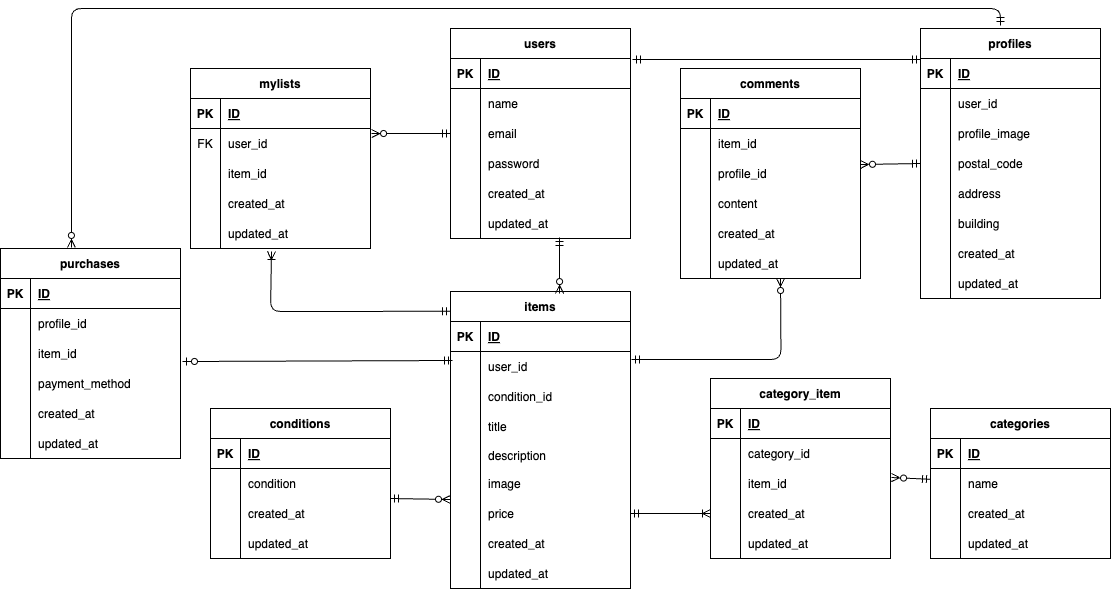
The draw.io diagram marketplace-app.drawio.png in saaya0401/marketplace-app, before a commit. Source tidied: cells renumbered, new cells last; positions are measured from the earlier drawing's top-left corner, leaving out a move shared by most shapes.
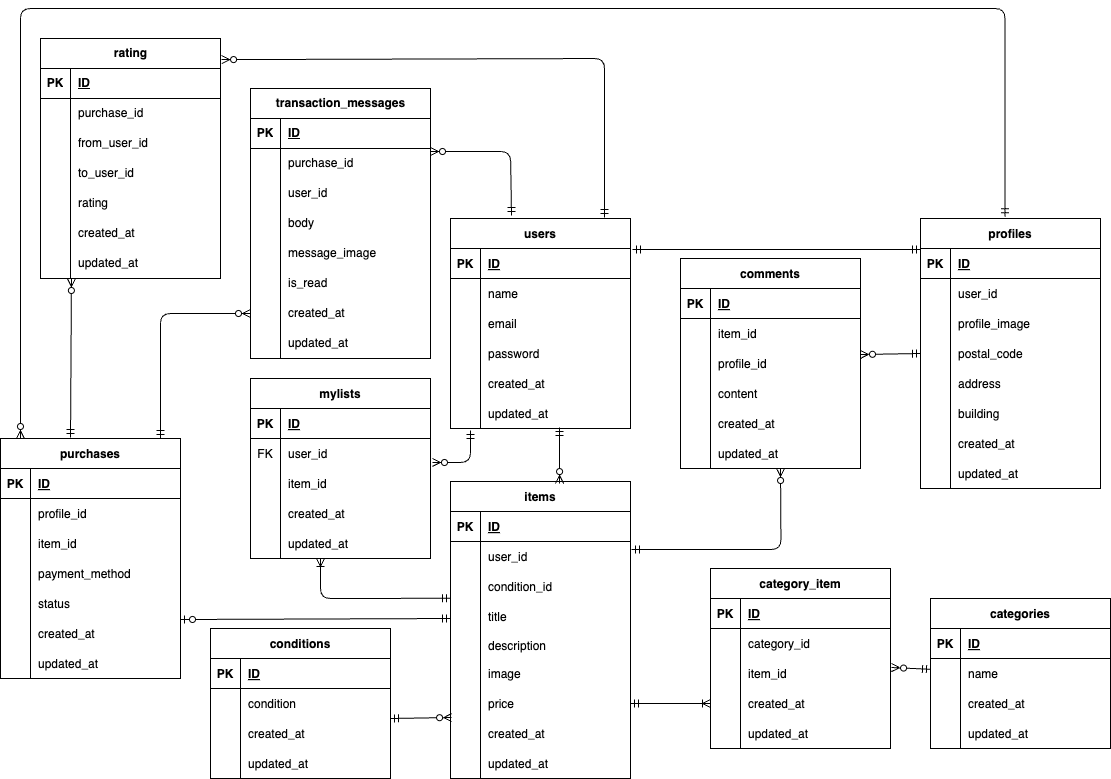
Later version of the same file.

Diff of the diagram source:
```diff
@@ -62,3 +62,3 @@
     <mxCell id="21" value="mylists" style="shape=table;startSize=30;rowLines=0;fontStyle=1;align=center;" parent="1" vertex="1">
-      <mxGeometry x="190" y="60" width="180" height="180" as="geometry" />
+      <mxGeometry x="250" y="180" width="180" height="180" as="geometry" />
     </mxCell>
@@ -413,3 +413,3 @@
     <mxCell id="138" value="purchases" style="shape=table;startSize=30;rowLines=0;fontStyle=1;align=center;" parent="1" vertex="1">
-      <mxGeometry y="240" width="180" height="210" as="geometry" />
+      <mxGeometry y="240" width="180" height="240" as="geometry" />
     </mxCell>
@@ -457,3 +457,3 @@
     </mxCell>
-    <mxCell id="153" value="created_at" style="shape=partialRectangle;fillColor=none;top=0;left=0;bottom=0;right=0;align=left;spacingLeft=6;overflow=hidden;" parent="151" vertex="1">
+    <mxCell id="153" value="status" style="shape=partialRectangle;fillColor=none;top=0;left=0;bottom=0;right=0;align=left;spacingLeft=6;overflow=hidden;" parent="151" vertex="1">
       <mxGeometry x="30" width="150" height="30" as="geometry" />
@@ -466,5 +466,14 @@
     </mxCell>
-    <mxCell id="156" value="updated_at" style="shape=partialRectangle;fillColor=none;top=0;left=0;bottom=0;right=0;align=left;spacingLeft=6;overflow=hidden;" parent="154" vertex="1">
+    <mxCell id="156" value="created_at" style="shape=partialRectangle;fillColor=none;top=0;left=0;bottom=0;right=0;align=left;spacingLeft=6;overflow=hidden;" parent="154" vertex="1">
       <mxGeometry x="30" width="150" height="30" as="geometry" />
     </mxCell>
+    <mxCell id="182" style="shape=tableRow;horizontal=0;startSize=0;swimlaneHead=0;swimlaneBody=0;fillColor=none;top=0;left=0;right=0;bottom=0;" parent="138" vertex="1">
+      <mxGeometry y="210" width="180" height="30" as="geometry" />
+    </mxCell>
+    <mxCell id="183" style="shape=partialRectangle;fillColor=none;top=0;left=0;bottom=0;right=0;overflow=hidden;" parent="182" vertex="1">
+      <mxGeometry width="30" height="30" as="geometry" />
+    </mxCell>
+    <mxCell id="184" value="updated_at" style="shape=partialRectangle;fillColor=none;top=0;left=0;bottom=0;right=0;align=left;spacingLeft=6;overflow=hidden;" parent="182" vertex="1">
+      <mxGeometry x="30" width="150" height="30" as="geometry" />
+    </mxCell>
     <mxCell id="157" style="fontSize=12;html=1;endArrow=ERoneToMany;startArrow=ERmandOne;entryX=0;entryY=0.5;entryDx=0;entryDy=0;exitX=1;exitY=0.5;exitDx=0;exitDy=0;" parent="1" edge="1" source="81" target="132">
@@ -479,10 +488,14 @@
     </mxCell>
-    <mxCell id="159" style="fontSize=12;html=1;endArrow=ERzeroToOne;startArrow=ERmandOne;entryX=1.011;entryY=0.767;entryDx=0;entryDy=0;entryPerimeter=0;exitX=0.011;exitY=0.3;exitDx=0;exitDy=0;exitPerimeter=0;" parent="1" edge="1" source="66" target="145">
-      <mxGeometry relative="1" as="geometry" />
+    <mxCell id="159" style="fontSize=12;html=1;endArrow=ERzeroToOne;startArrow=ERmandOne;entryX=1.011;entryY=0.767;entryDx=0;entryDy=0;entryPerimeter=0;exitX=0.011;exitY=0.3;exitDx=0;exitDy=0;exitPerimeter=0;" parent="1" edge="1">
+      <mxGeometry relative="1" as="geometry">
+        <mxPoint x="450" y="420" as="sourcePoint" />
+        <mxPoint x="180" y="421" as="targetPoint" />
+      </mxGeometry>
     </mxCell>
-    <mxCell id="160" style="fontSize=12;html=1;endArrow=ERoneToMany;startArrow=ERmandOne;entryX=0.45;entryY=1.1;entryDx=0;entryDy=0;entryPerimeter=0;" parent="1" edge="1" target="34">
+    <mxCell id="160" style="fontSize=12;html=1;endArrow=ERoneToMany;startArrow=ERmandOne;" parent="1" edge="1">
       <mxGeometry relative="1" as="geometry">
-        <mxPoint x="450" y="302.8" as="sourcePoint" />
+        <mxPoint x="450" y="399.8" as="sourcePoint" />
+        <mxPoint x="320" y="360" as="targetPoint" />
         <Array as="points">
-          <mxPoint x="270" y="303" />
+          <mxPoint x="320" y="400" />
         </Array>
@@ -494,3 +507,3 @@
     <mxCell id="162" value="conditions" style="shape=table;startSize=30;rowLines=0;fontStyle=1;align=center;" parent="1" vertex="1">
-      <mxGeometry x="210" y="400" width="180" height="150" as="geometry" />
+      <mxGeometry x="210" y="430" width="180" height="150" as="geometry" />
     </mxCell>
@@ -532,3 +545,3 @@
     </mxCell>
-    <mxCell id="175" style="fontSize=12;html=1;endArrow=ERzeroToMany;startArrow=ERmandOne;entryX=0;entryY=0.033;entryDx=0;entryDy=0;entryPerimeter=0;exitX=1;exitY=0;exitDx=0;exitDy=0;exitPerimeter=0;" parent="1" edge="1" source="169" target="81">
+    <mxCell id="175" style="fontSize=12;html=1;endArrow=ERzeroToMany;startArrow=ERmandOne;entryX=0.006;entryY=0.967;entryDx=0;entryDy=0;entryPerimeter=0;exitX=1;exitY=0;exitDx=0;exitDy=0;exitPerimeter=0;" parent="1" edge="1" source="169" target="81">
       <mxGeometry relative="1" as="geometry" />
@@ -538,10 +551,16 @@
     </mxCell>
-    <mxCell id="177" style="fontSize=12;html=1;endArrow=ERzeroToMany;startArrow=ERmandOne;exitX=0;exitY=0.5;exitDx=0;exitDy=0;entryX=1.006;entryY=0.167;entryDx=0;entryDy=0;entryPerimeter=0;" parent="1" edge="1" source="9" target="25">
-      <mxGeometry relative="1" as="geometry" />
+    <mxCell id="177" style="fontSize=12;html=1;endArrow=ERzeroToMany;startArrow=ERmandOne;entryX=1.011;entryY=0.8;entryDx=0;entryDy=0;entryPerimeter=0;" parent="1" edge="1" target="25">
+      <mxGeometry relative="1" as="geometry">
+        <mxPoint x="470" y="232" as="sourcePoint" />
+        <Array as="points">
+          <mxPoint x="470" y="264" />
+        </Array>
+      </mxGeometry>
     </mxCell>
-    <mxCell id="178" style="edgeStyle=orthogonalEdgeStyle;fontSize=12;html=1;endArrow=ERzeroToMany;startArrow=ERmandOne;entryX=0.394;entryY=-0.005;entryDx=0;entryDy=0;entryPerimeter=0;exitX=0.444;exitY=-0.011;exitDx=0;exitDy=0;exitPerimeter=0;" parent="1" edge="1" source="37" target="138">
+    <mxCell id="178" style="edgeStyle=orthogonalEdgeStyle;fontSize=12;html=1;endArrow=ERzeroToMany;startArrow=ERmandOne;exitX=0.444;exitY=-0.011;exitDx=0;exitDy=0;exitPerimeter=0;entryX=0.111;entryY=0;entryDx=0;entryDy=0;entryPerimeter=0;" parent="1" edge="1" target="138">
       <mxGeometry relative="1" as="geometry">
+        <mxPoint x="1004.5" y="18.2" as="sourcePoint" />
         <Array as="points">
-          <mxPoint x="1000" />
-          <mxPoint x="71" />
+          <mxPoint x="1005" y="-190" />
+          <mxPoint x="20" y="-190" />
         </Array>
@@ -560,2 +579,168 @@
     </mxCell>
+    <mxCell id="185" value="transaction_messages" style="shape=table;startSize=30;rowLines=0;fontStyle=1;align=center;html=1;" parent="1" vertex="1">
+      <mxGeometry x="250" y="-110" width="180" height="270" as="geometry" />
+    </mxCell>
+    <mxCell id="186" style="shape=tableRow;horizontal=0;startSize=0;swimlaneHead=0;swimlaneBody=0;fillColor=none;top=0;left=0;right=0;bottom=1;" parent="185" vertex="1">
+      <mxGeometry y="30" width="180" height="30" as="geometry" />
+    </mxCell>
+    <mxCell id="187" value="PK" style="shape=partialRectangle;fillColor=none;top=0;left=0;bottom=0;right=0;fontStyle=1;overflow=hidden;whiteSpace=wrap;html=1;" parent="186" vertex="1">
+      <mxGeometry width="30" height="30" as="geometry" />
+    </mxCell>
+    <mxCell id="188" value="ID" style="shape=partialRectangle;fillColor=none;top=0;left=0;bottom=0;right=0;align=left;spacingLeft=6;fontStyle=5;overflow=hidden;whiteSpace=wrap;html=1;" parent="186" vertex="1">
+      <mxGeometry x="30" width="150" height="30" as="geometry" />
+    </mxCell>
+    <mxCell id="189" style="shape=tableRow;horizontal=0;startSize=0;swimlaneHead=0;swimlaneBody=0;fillColor=none;points=[[0,0.5],[1,0.5]];portConstraint=eastwest;top=0;left=0;right=0;bottom=0;" parent="185" vertex="1">
+      <mxGeometry y="60" width="180" height="30" as="geometry" />
+    </mxCell>
+    <mxCell id="190" style="shape=partialRectangle;fillColor=none;top=0;left=0;bottom=0;right=0;overflow=hidden;whiteSpace=wrap;html=1;" parent="189" vertex="1">
+      <mxGeometry width="30" height="30" as="geometry" />
+    </mxCell>
+    <mxCell id="191" value="purchase_id" style="shape=partialRectangle;fillColor=none;top=0;left=0;bottom=0;right=0;align=left;spacingLeft=6;overflow=hidden;whiteSpace=wrap;html=1;" parent="189" vertex="1">
+      <mxGeometry x="30" width="150" height="30" as="geometry" />
+    </mxCell>
+    <mxCell id="192" style="shape=tableRow;horizontal=0;startSize=0;swimlaneHead=0;swimlaneBody=0;fillColor=none;top=0;left=0;right=0;bottom=0;" parent="185" vertex="1">
+      <mxGeometry y="90" width="180" height="30" as="geometry" />
+    </mxCell>
+    <mxCell id="193" style="shape=partialRectangle;fillColor=none;top=0;left=0;bottom=0;right=0;overflow=hidden;whiteSpace=wrap;html=1;" parent="192" vertex="1">
+      <mxGeometry width="30" height="30" as="geometry" />
+    </mxCell>
+    <mxCell id="194" value="user_id" style="shape=partialRectangle;fillColor=none;top=0;left=0;bottom=0;right=0;align=left;spacingLeft=6;overflow=hidden;whiteSpace=wrap;html=1;" parent="192" vertex="1">
+      <mxGeometry x="30" width="150" height="30" as="geometry" />
+    </mxCell>
+    <mxCell id="195" style="shape=tableRow;horizontal=0;startSize=0;swimlaneHead=0;swimlaneBody=0;fillColor=none;top=0;left=0;right=0;bottom=0;" parent="185" vertex="1">
+      <mxGeometry y="120" width="180" height="30" as="geometry" />
+    </mxCell>
+    <mxCell id="196" style="shape=partialRectangle;fillColor=none;top=0;left=0;bottom=0;right=0;overflow=hidden;whiteSpace=wrap;html=1;" parent="195" vertex="1">
+      <mxGeometry width="30" height="30" as="geometry" />
+    </mxCell>
+    <mxCell id="197" value="body" style="shape=partialRectangle;fillColor=none;top=0;left=0;bottom=0;right=0;align=left;spacingLeft=6;overflow=hidden;whiteSpace=wrap;html=1;" parent="195" vertex="1">
+      <mxGeometry x="30" width="150" height="30" as="geometry" />
+    </mxCell>
+    <mxCell id="198" style="shape=tableRow;horizontal=0;startSize=0;swimlaneHead=0;swimlaneBody=0;fillColor=none;top=0;left=0;right=0;bottom=0;" parent="185" vertex="1">
+      <mxGeometry y="150" width="180" height="30" as="geometry" />
+    </mxCell>
+    <mxCell id="199" style="shape=partialRectangle;fillColor=none;top=0;left=0;bottom=0;right=0;overflow=hidden;whiteSpace=wrap;html=1;" parent="198" vertex="1">
+      <mxGeometry width="30" height="30" as="geometry" />
+    </mxCell>
+    <mxCell id="200" value="message_image" style="shape=partialRectangle;fillColor=none;top=0;left=0;bottom=0;right=0;align=left;spacingLeft=6;overflow=hidden;whiteSpace=wrap;html=1;" parent="198" vertex="1">
+      <mxGeometry x="30" width="150" height="30" as="geometry" />
+    </mxCell>
+    <mxCell id="201" style="shape=tableRow;horizontal=0;startSize=0;swimlaneHead=0;swimlaneBody=0;fillColor=none;top=0;left=0;right=0;bottom=0;" parent="185" vertex="1">
+      <mxGeometry y="180" width="180" height="30" as="geometry" />
+    </mxCell>
+    <mxCell id="202" style="shape=partialRectangle;fillColor=none;top=0;left=0;bottom=0;right=0;overflow=hidden;whiteSpace=wrap;html=1;" parent="201" vertex="1">
+      <mxGeometry width="30" height="30" as="geometry" />
+    </mxCell>
+    <mxCell id="203" value="is_read" style="shape=partialRectangle;fillColor=none;top=0;left=0;bottom=0;right=0;align=left;spacingLeft=6;overflow=hidden;whiteSpace=wrap;html=1;" parent="201" vertex="1">
+      <mxGeometry x="30" width="150" height="30" as="geometry" />
+    </mxCell>
+    <mxCell id="204" style="shape=tableRow;horizontal=0;startSize=0;swimlaneHead=0;swimlaneBody=0;fillColor=none;points=[[0,0.5],[1,0.5]];portConstraint=eastwest;top=0;left=0;right=0;bottom=0;" parent="185" vertex="1">
+      <mxGeometry y="210" width="180" height="30" as="geometry" />
+    </mxCell>
+    <mxCell id="205" style="shape=partialRectangle;fillColor=none;top=0;left=0;bottom=0;right=0;overflow=hidden;whiteSpace=wrap;html=1;" parent="204" vertex="1">
+      <mxGeometry width="30" height="30" as="geometry" />
+    </mxCell>
+    <mxCell id="206" value="created_at" style="shape=partialRectangle;fillColor=none;top=0;left=0;bottom=0;right=0;align=left;spacingLeft=6;overflow=hidden;whiteSpace=wrap;html=1;" parent="204" vertex="1">
+      <mxGeometry x="30" width="150" height="30" as="geometry" />
+    </mxCell>
+    <mxCell id="207" style="shape=tableRow;horizontal=0;startSize=0;swimlaneHead=0;swimlaneBody=0;fillColor=none;top=0;left=0;right=0;bottom=0;" parent="185" vertex="1">
+      <mxGeometry y="240" width="180" height="30" as="geometry" />
+    </mxCell>
+    <mxCell id="208" style="shape=partialRectangle;fillColor=none;top=0;left=0;bottom=0;right=0;overflow=hidden;whiteSpace=wrap;html=1;" parent="207" vertex="1">
+      <mxGeometry width="30" height="30" as="geometry" />
+    </mxCell>
+    <mxCell id="209" value="updated_at" style="shape=partialRectangle;fillColor=none;top=0;left=0;bottom=0;right=0;align=left;spacingLeft=6;overflow=hidden;whiteSpace=wrap;html=1;" parent="207" vertex="1">
+      <mxGeometry x="30" width="150" height="30" as="geometry" />
+    </mxCell>
+    <mxCell id="210" value="rating" style="shape=table;startSize=30;rowLines=0;fontStyle=1;align=center;html=1;" parent="1" vertex="1">
+      <mxGeometry x="40" y="-160" width="180" height="240" as="geometry" />
+    </mxCell>
+    <mxCell id="211" style="shape=tableRow;horizontal=0;startSize=0;swimlaneHead=0;swimlaneBody=0;fillColor=none;top=0;left=0;right=0;bottom=1;" parent="210" vertex="1">
+      <mxGeometry y="30" width="180" height="30" as="geometry" />
+    </mxCell>
+    <mxCell id="212" value="PK" style="shape=partialRectangle;fillColor=none;top=0;left=0;bottom=0;right=0;fontStyle=1;overflow=hidden;whiteSpace=wrap;html=1;" parent="211" vertex="1">
+      <mxGeometry width="30" height="30" as="geometry" />
+    </mxCell>
+    <mxCell id="213" value="ID" style="shape=partialRectangle;fillColor=none;top=0;left=0;bottom=0;right=0;align=left;spacingLeft=6;fontStyle=5;overflow=hidden;whiteSpace=wrap;html=1;" parent="211" vertex="1">
+      <mxGeometry x="30" width="150" height="30" as="geometry" />
+    </mxCell>
+    <mxCell id="214" style="shape=tableRow;horizontal=0;startSize=0;swimlaneHead=0;swimlaneBody=0;fillColor=none;top=0;left=0;right=0;bottom=0;" parent="210" vertex="1">
+      <mxGeometry y="60" width="180" height="30" as="geometry" />
+    </mxCell>
+    <mxCell id="215" style="shape=partialRectangle;fillColor=none;top=0;left=0;bottom=0;right=0;overflow=hidden;whiteSpace=wrap;html=1;" parent="214" vertex="1">
+      <mxGeometry width="30" height="30" as="geometry" />
+    </mxCell>
+    <mxCell id="216" value="purchase_id" style="shape=partialRectangle;fillColor=none;top=0;left=0;bottom=0;right=0;align=left;spacingLeft=6;overflow=hidden;whiteSpace=wrap;html=1;" parent="214" vertex="1">
+      <mxGeometry x="30" width="150" height="30" as="geometry" />
+    </mxCell>
+    <mxCell id="217" style="shape=tableRow;horizontal=0;startSize=0;swimlaneHead=0;swimlaneBody=0;fillColor=none;top=0;left=0;right=0;bottom=0;" parent="210" vertex="1">
+      <mxGeometry y="90" width="180" height="30" as="geometry" />
+    </mxCell>
+    <mxCell id="218" style="shape=partialRectangle;fillColor=none;top=0;left=0;bottom=0;right=0;overflow=hidden;whiteSpace=wrap;html=1;" parent="217" vertex="1">
+      <mxGeometry width="30" height="30" as="geometry" />
+    </mxCell>
+    <mxCell id="219" value="from_user_id" style="shape=partialRectangle;fillColor=none;top=0;left=0;bottom=0;right=0;align=left;spacingLeft=6;overflow=hidden;whiteSpace=wrap;html=1;" parent="217" vertex="1">
+      <mxGeometry x="30" width="150" height="30" as="geometry" />
+    </mxCell>
+    <mxCell id="220" style="shape=tableRow;horizontal=0;startSize=0;swimlaneHead=0;swimlaneBody=0;fillColor=none;top=0;left=0;right=0;bottom=0;" parent="210" vertex="1">
+      <mxGeometry y="120" width="180" height="30" as="geometry" />
+    </mxCell>
+    <mxCell id="221" style="shape=partialRectangle;fillColor=none;top=0;left=0;bottom=0;right=0;overflow=hidden;whiteSpace=wrap;html=1;" parent="220" vertex="1">
+      <mxGeometry width="30" height="30" as="geometry" />
+    </mxCell>
+    <mxCell id="222" value="to_user_id" style="shape=partialRectangle;fillColor=none;top=0;left=0;bottom=0;right=0;align=left;spacingLeft=6;overflow=hidden;whiteSpace=wrap;html=1;" parent="220" vertex="1">
+      <mxGeometry x="30" width="150" height="30" as="geometry" />
+    </mxCell>
+    <mxCell id="223" style="shape=tableRow;horizontal=0;startSize=0;swimlaneHead=0;swimlaneBody=0;fillColor=none;top=0;left=0;right=0;bottom=0;" parent="210" vertex="1">
+      <mxGeometry y="150" width="180" height="30" as="geometry" />
+    </mxCell>
+    <mxCell id="224" style="shape=partialRectangle;fillColor=none;top=0;left=0;bottom=0;right=0;overflow=hidden;whiteSpace=wrap;html=1;" parent="223" vertex="1">
+      <mxGeometry width="30" height="30" as="geometry" />
+    </mxCell>
+    <mxCell id="225" value="rating" style="shape=partialRectangle;fillColor=none;top=0;left=0;bottom=0;right=0;align=left;spacingLeft=6;overflow=hidden;whiteSpace=wrap;html=1;" parent="223" vertex="1">
+      <mxGeometry x="30" width="150" height="30" as="geometry" />
+    </mxCell>
+    <mxCell id="226" style="shape=tableRow;horizontal=0;startSize=0;swimlaneHead=0;swimlaneBody=0;fillColor=none;top=0;left=0;right=0;bottom=0;" parent="210" vertex="1">
+      <mxGeometry y="180" width="180" height="30" as="geometry" />
+    </mxCell>
+    <mxCell id="227" style="shape=partialRectangle;fillColor=none;top=0;left=0;bottom=0;right=0;overflow=hidden;whiteSpace=wrap;html=1;" parent="226" vertex="1">
+      <mxGeometry width="30" height="30" as="geometry" />
+    </mxCell>
+    <mxCell id="228" value="created_at" style="shape=partialRectangle;fillColor=none;top=0;left=0;bottom=0;right=0;align=left;spacingLeft=6;overflow=hidden;whiteSpace=wrap;html=1;" parent="226" vertex="1">
+      <mxGeometry x="30" width="150" height="30" as="geometry" />
+    </mxCell>
+    <mxCell id="229" style="shape=tableRow;horizontal=0;startSize=0;swimlaneHead=0;swimlaneBody=0;fillColor=none;points=[[0,0.5],[1,0.5]];portConstraint=eastwest;top=0;left=0;right=0;bottom=0;" parent="210" vertex="1">
+      <mxGeometry y="210" width="180" height="30" as="geometry" />
+    </mxCell>
+    <mxCell id="230" style="shape=partialRectangle;fillColor=none;top=0;left=0;bottom=0;right=0;overflow=hidden;whiteSpace=wrap;html=1;" parent="229" vertex="1">
+      <mxGeometry width="30" height="30" as="geometry" />
+    </mxCell>
+    <mxCell id="231" value="updated_at" style="shape=partialRectangle;fillColor=none;top=0;left=0;bottom=0;right=0;align=left;spacingLeft=6;overflow=hidden;whiteSpace=wrap;html=1;" parent="229" vertex="1">
+      <mxGeometry x="30" width="150" height="30" as="geometry" />
+    </mxCell>
+    <mxCell id="232" style="fontSize=12;html=1;endArrow=ERzeroToMany;startArrow=ERmandOne;exitX=0.389;exitY=-0.004;exitDx=0;exitDy=0;exitPerimeter=0;entryX=0.172;entryY=1;entryDx=0;entryDy=0;entryPerimeter=0;" parent="1" edge="1" source="138" target="229">
+      <mxGeometry relative="1" as="geometry" />
+    </mxCell>
+    <mxCell id="233" style="fontSize=12;html=1;endArrow=ERzeroToMany;startArrow=ERmandOne;exitX=0.389;exitY=-0.004;exitDx=0;exitDy=0;exitPerimeter=0;entryX=0;entryY=0.5;entryDx=0;entryDy=0;" parent="1" edge="1" target="204">
+      <mxGeometry relative="1" as="geometry">
+        <mxPoint x="160" y="240" as="sourcePoint" />
+        <Array as="points">
+          <mxPoint x="160" y="115" />
+        </Array>
+      </mxGeometry>
+    </mxCell>
+    <mxCell id="234" style="fontSize=12;html=1;endArrow=ERzeroToMany;startArrow=ERmandOne;entryX=1.006;entryY=0.088;entryDx=0;entryDy=0;entryPerimeter=0;exitX=0.856;exitY=-0.005;exitDx=0;exitDy=0;exitPerimeter=0;" parent="1" edge="1" source="2" target="210">
+      <mxGeometry relative="1" as="geometry">
+        <Array as="points">
+          <mxPoint x="604" y="-140" />
+        </Array>
+      </mxGeometry>
+    </mxCell>
+    <mxCell id="235" style="fontSize=12;html=1;endArrow=ERzeroToMany;startArrow=ERmandOne;entryX=1;entryY=0.1;entryDx=0;entryDy=0;entryPerimeter=0;exitX=0.339;exitY=-0.014;exitDx=0;exitDy=0;exitPerimeter=0;" parent="1" edge="1" source="2" target="189">
+      <mxGeometry relative="1" as="geometry">
+        <Array as="points">
+          <mxPoint x="510" y="-47" />
+        </Array>
+      </mxGeometry>
+    </mxCell>
   </root>
```
